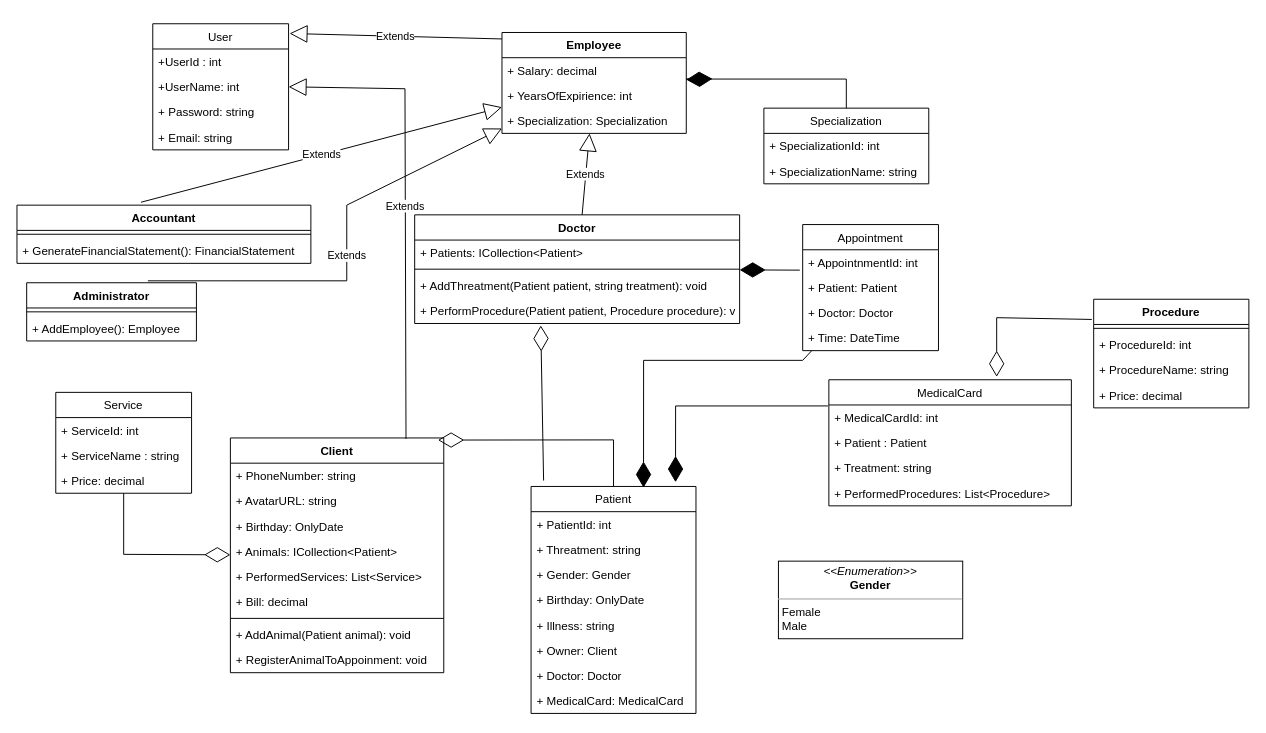
This is AnotherVariant.drawio from TRybina132/vetClinic, a draw.io file, before an edit. Source tidied: cells renumbered, new cells numbered last; positions are measured from the earlier drawing's top-left corner, leaving out a move shared by most shapes. Both pictures are drawn from the tidied source at 97%, with x=0, y=0 at pixel (16, 23).
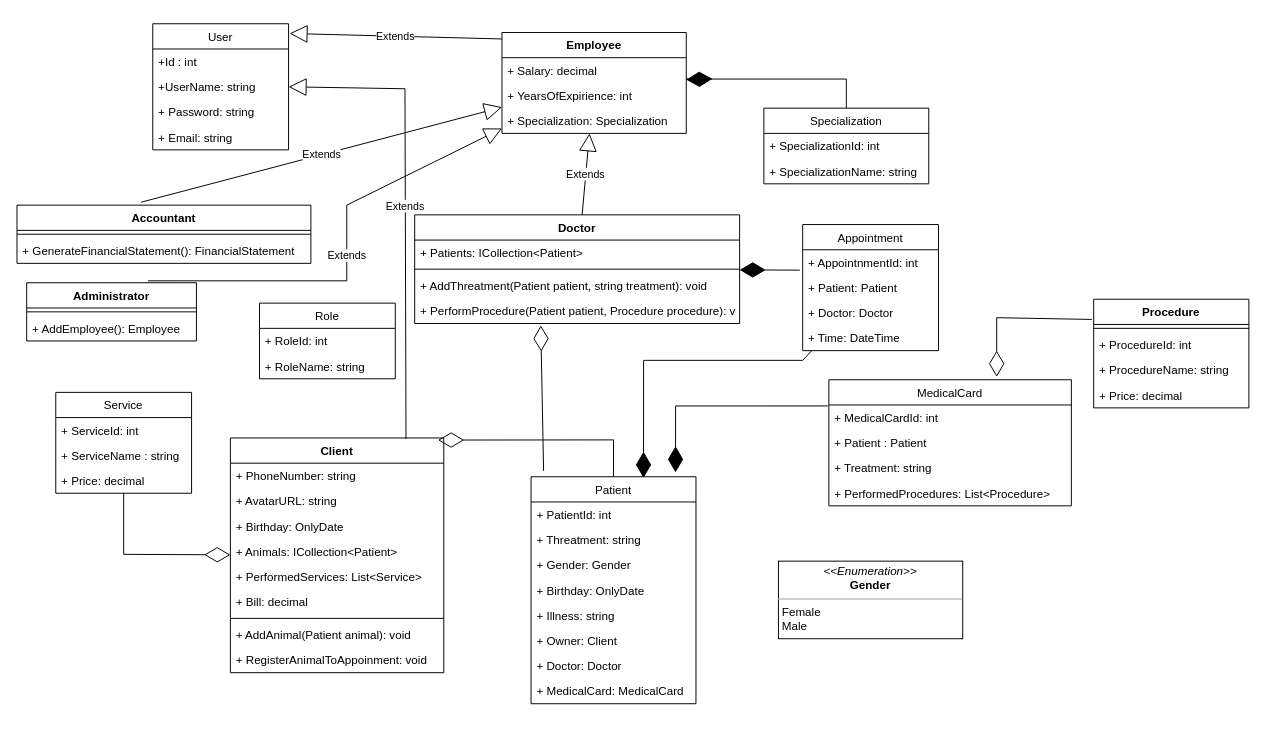
Above is the later version.

The change refers to these unchanged cells:
```xml
<mxCell id="70" value="User" style="swimlane;fontStyle=0;horizontal=1;startSize=26;fillColor=none;" parent="1" vertex="1">
  <mxGeometry x="140" width="140" height="130" as="geometry" />
</mxCell>
```

Change to the diagram source:
```diff
@@
     <mxCell id="12" value="Patient" style="swimlane;fontStyle=0;horizontal=1;startSize=26;fillColor=none;" parent="1" vertex="1">
-      <mxGeometry x="530" y="477" width="170" height="234" as="geometry" />
+      <mxGeometry x="530" y="467" width="170" height="234" as="geometry" />
     </mxCell>
@@
-    <mxCell id="71" value="+UserId : int" style="text;strokeColor=none;fillColor=none;align=left;verticalAlign=top;spacingLeft=4;spacingRight=4;overflow=hidden;" parent="70" vertex="1">
+    <mxCell id="71" value="+Id : int" style="text;strokeColor=none;fillColor=none;align=left;verticalAlign=top;spacingLeft=4;spacingRight=4;overflow=hidden;" parent="70" vertex="1">
       <mxGeometry y="26" width="140" height="26" as="geometry" />
     </mxCell>
-    <mxCell id="72" value="+UserName: int" style="text;strokeColor=none;fillColor=none;align=left;verticalAlign=top;spacingLeft=4;spacingRight=4;overflow=hidden;points=[[0,0.5],[1,0.5]];portConstraint=eastwest;" parent="70" vertex="1">
+    <mxCell id="72" value="+UserName: string" style="text;strokeColor=none;fillColor=none;align=left;verticalAlign=top;spacingLeft=4;spacingRight=4;overflow=hidden;points=[[0,0.5],[1,0.5]];portConstraint=eastwest;" parent="70" vertex="1">
       <mxGeometry y="52" width="140" height="26" as="geometry" />
     </mxCell>
@@
+    <mxCell id="77" value="Role" style="swimlane;fontStyle=0;horizontal=1;startSize=26;fillColor=none;" parent="1" vertex="1">
+      <mxGeometry x="250" y="288" width="140" height="78" as="geometry" />
+    </mxCell>
+    <mxCell id="78" value="+ RoleId: int" style="text;strokeColor=none;fillColor=none;align=left;verticalAlign=top;spacingLeft=4;spacingRight=4;overflow=hidden;" parent="77" vertex="1">
+      <mxGeometry y="26" width="140" height="26" as="geometry" />
+    </mxCell>
+    <mxCell id="79" value="+ RoleName: string" style="text;strokeColor=none;fillColor=none;align=left;verticalAlign=top;spacingLeft=4;spacingRight=4;overflow=hidden;" parent="77" vertex="1">
+      <mxGeometry y="52" width="140" height="26" as="geometry" />
+    </mxCell>
```
